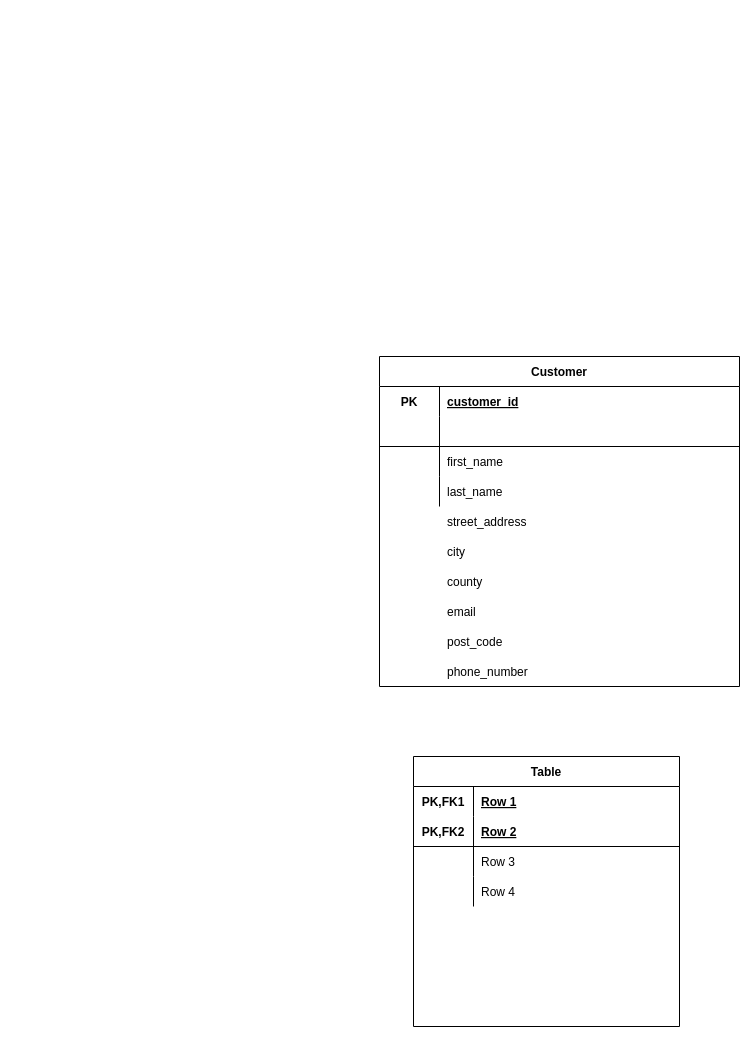
ricksterhd123/invoices keeps this draw.io diagram as docs/Invoice_ERD.drawio. Above is the earlier version. Source tidied: cells renumbered, new cells numbered last; positions are measured from the earlier drawing's top-left corner, leaving out a move shared by most shapes. Both pictures are drawn from the tidied source at 100%, with x=0, y=0 at pixel (379, 356).
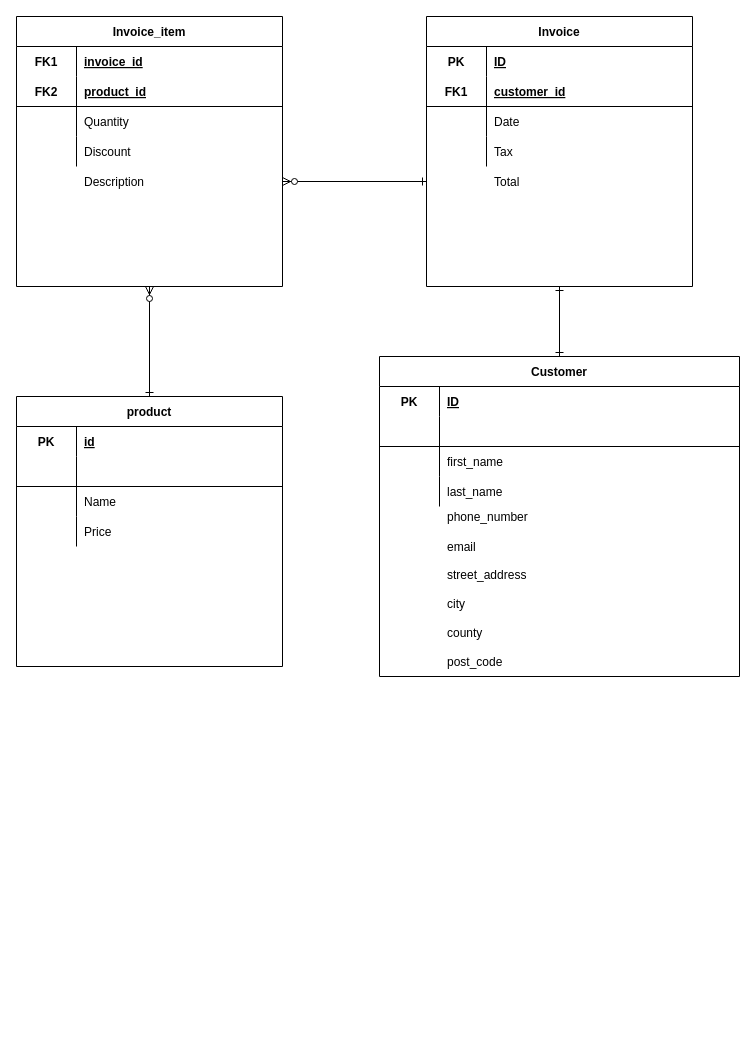
After the change.

Unchanged cells that the change refers to:
```xml
<mxCell id="4" style="shape=partialRectangle;fillColor=none;top=0;left=0;bottom=0;right=0;" parent="3" vertex="1">
  <mxGeometry y="30" width="360" height="30" as="geometry" />
</mxCell>
<mxCell id="23" style="shape=partialRectangle;fillColor=none;top=0;left=0;bottom=0;right=0;" parent="22" vertex="1">
  <mxGeometry y="30" width="266" height="30" as="geometry" />
</mxCell>
<mxCell id="26" style="shape=partialRectangle;fillColor=none;top=0;left=0;bottom=1;right=0;" parent="22" vertex="1">
  <mxGeometry y="60" width="266" height="30" as="geometry" />
</mxCell>
<mxCell id="29" style="shape=partialRectangle;fillColor=none;top=0;left=0;bottom=0;right=0;" parent="22" vertex="1">
  <mxGeometry y="90" width="266" height="30" as="geometry" />
</mxCell>
<mxCell id="32" style="shape=partialRectangle;fillColor=none;top=0;left=0;bottom=0;right=0;" parent="22" vertex="1">
  <mxGeometry y="120" width="266" height="30" as="geometry" />
</mxCell>
```

Change to the diagram source:
```diff
@@
     <mxCell id="2" style="group;" parent="1" vertex="1">
-      <mxGeometry width="360" height="330" as="geometry" />
+      <mxGeometry width="360" height="320" as="geometry" />
     </mxCell>
     <mxCell id="3" value="Customer" style="shape=table;startSize=30;childLayout=tableLayout;rowLines=0;fontStyle=1;align=center;" parent="2" vertex="1">
-      <mxGeometry width="360" height="330" as="geometry" />
+      <mxGeometry width="360" height="320" as="geometry" />
     </mxCell>
@@
-    <mxCell id="6" value="customer_id" style="shape=partialRectangle;fillColor=none;top=0;left=0;bottom=0;right=0;align=left;spacingLeft=6;fontStyle=5;overflow=hidden;" parent="4" vertex="1">
+    <mxCell id="6" value="ID" style="shape=partialRectangle;fillColor=none;top=0;left=0;bottom=0;right=0;align=left;spacingLeft=6;fontStyle=5;overflow=hidden;" parent="4" vertex="1">
       <mxGeometry x="60" width="300" height="30" as="geometry" />
     </mxCell>
@@
     <mxCell id="16" value="email" style="shape=partialRectangle;fillColor=none;top=0;left=0;bottom=0;right=0;align=left;spacingLeft=6;overflow=hidden;" parent="2" vertex="1">
-      <mxGeometry x="60" y="240" width="120" height="30" as="geometry" />
+      <mxGeometry x="60" y="175" width="120" height="29.1" as="geometry" />
     </mxCell>
     <mxCell id="17" value="phone_number" style="shape=partialRectangle;fillColor=none;top=0;left=0;bottom=0;right=0;align=left;spacingLeft=6;overflow=hidden;" parent="2" vertex="1">
-      <mxGeometry x="60" y="300" width="120" height="30" as="geometry" />
+      <mxGeometry x="60" y="145.9" width="120" height="29.1" as="geometry" />
     </mxCell>
     <mxCell id="18" value="street_address" style="shape=partialRectangle;fillColor=none;top=0;left=0;bottom=0;right=0;align=left;spacingLeft=6;overflow=hidden;" parent="2" vertex="1">
-      <mxGeometry x="60" y="150" width="120" height="30" as="geometry" />
+      <mxGeometry x="60" y="203.6" width="120" height="29.1" as="geometry" />
     </mxCell>
     <mxCell id="19" value="city" style="shape=partialRectangle;fillColor=none;top=0;left=0;bottom=0;right=0;align=left;spacingLeft=6;overflow=hidden;" parent="2" vertex="1">
-      <mxGeometry x="60" y="180" width="120" height="30" as="geometry" />
+      <mxGeometry x="60" y="232.7" width="120" height="29.1" as="geometry" />
     </mxCell>
     <mxCell id="20" value="county" style="shape=partialRectangle;fillColor=none;top=0;left=0;bottom=0;right=0;align=left;spacingLeft=6;overflow=hidden;" parent="2" vertex="1">
-      <mxGeometry x="60" y="210" width="120" height="30" as="geometry" />
+      <mxGeometry x="60" y="261.8" width="120" height="29.1" as="geometry" />
     </mxCell>
     <mxCell id="21" value="post_code" style="shape=partialRectangle;fillColor=none;top=0;left=0;bottom=0;right=0;align=left;spacingLeft=6;overflow=hidden;" parent="2" vertex="1">
-      <mxGeometry x="60" y="270" width="120" height="30" as="geometry" />
+      <mxGeometry x="60" y="290.9" width="120" height="29.1" as="geometry" />
     </mxCell>
+    <mxCell id="35" style="group;" parent="1" vertex="1">
+      <mxGeometry x="47" y="-340" width="266" height="270" as="geometry" />
+    </mxCell>
-    <mxCell id="22" value="Table" style="shape=table;startSize=30;childLayout=tableLayout;rowLines=0;fontStyle=1;align=center;" parent="1" vertex="1">
-      <mxGeometry x="34" y="400" width="266" height="270" as="geometry" />
+    <mxCell id="22" value="Invoice" style="shape=table;startSize=30;childLayout=tableLayout;rowLines=0;fontStyle=1;align=center;" parent="35" vertex="1">
+      <mxGeometry width="266" height="270" as="geometry" />
     </mxCell>
@@
-    <mxCell id="24" value="PK,FK1" style="shape=partialRectangle;fillColor=none;top=0;left=0;bottom=0;right=0;fontStyle=1;overflow=hidden;" parent="23" vertex="1">
+    <mxCell id="24" value="PK" style="shape=partialRectangle;fillColor=none;top=0;left=0;bottom=0;right=0;fontStyle=1;overflow=hidden;" parent="23" vertex="1">
       <mxGeometry width="60" height="30" as="geometry" />
     </mxCell>
-    <mxCell id="25" value="Row 1" style="shape=partialRectangle;fillColor=none;top=0;left=0;bottom=0;right=0;align=left;spacingLeft=6;fontStyle=5;overflow=hidden;" parent="23" vertex="1">
+    <mxCell id="25" value="ID" style="shape=partialRectangle;fillColor=none;top=0;left=0;bottom=0;right=0;align=left;spacingLeft=6;fontStyle=5;overflow=hidden;" parent="23" vertex="1">
       <mxGeometry x="60" width="206" height="30" as="geometry" />
     </mxCell>
@@
-    <mxCell id="27" value="PK,FK2" style="shape=partialRectangle;fillColor=none;top=0;left=0;bottom=0;right=0;fontStyle=1;overflow=hidden;" parent="26" vertex="1">
+    <mxCell id="27" value="FK1" style="shape=partialRectangle;fillColor=none;top=0;left=0;bottom=0;right=0;fontStyle=1;overflow=hidden;" parent="26" vertex="1">
       <mxGeometry width="60" height="30" as="geometry" />
     </mxCell>
-    <mxCell id="28" value="Row 2" style="shape=partialRectangle;fillColor=none;top=0;left=0;bottom=0;right=0;align=left;spacingLeft=6;fontStyle=5;overflow=hidden;" parent="26" vertex="1">
+    <mxCell id="28" value="customer_id" style="shape=partialRectangle;fillColor=none;top=0;left=0;bottom=0;right=0;align=left;spacingLeft=6;fontStyle=5;overflow=hidden;" parent="26" vertex="1">
       <mxGeometry x="60" width="206" height="30" as="geometry" />
     </mxCell>
@@
-    <mxCell id="31" value="Row 3" style="shape=partialRectangle;fillColor=none;top=0;left=0;bottom=0;right=0;align=left;spacingLeft=6;overflow=hidden;" parent="29" vertex="1">
+    <mxCell id="31" value="Date" style="shape=partialRectangle;fillColor=none;top=0;left=0;bottom=0;right=0;align=left;spacingLeft=6;overflow=hidden;" parent="29" vertex="1">
       <mxGeometry x="60" width="206" height="30" as="geometry" />
     </mxCell>
@@
-    <mxCell id="34" value="Row 4" style="shape=partialRectangle;fillColor=none;top=0;left=0;bottom=0;right=0;align=left;spacingLeft=6;overflow=hidden;" parent="32" vertex="1">
+    <mxCell id="34" value="Tax" style="shape=partialRectangle;fillColor=none;top=0;left=0;bottom=0;right=0;align=left;spacingLeft=6;overflow=hidden;" parent="32" vertex="1">
       <mxGeometry x="60" width="206" height="30" as="geometry" />
     </mxCell>
+    <mxCell id="36" style="shape=partialRectangle;fillColor=none;top=0;left=0;bottom=0;right=0;points=[[0,0.5],[1,0.5]];portConstraint=eastwest;" parent="35" vertex="1">
+      <mxGeometry y="150" width="266" height="30" as="geometry" />
+    </mxCell>
+    <mxCell id="37" style="shape=partialRectangle;fillColor=none;top=0;left=0;bottom=0;right=0;overflow=hidden;" parent="36" vertex="1">
+      <mxGeometry width="60" height="30" as="geometry" />
+    </mxCell>
+    <mxCell id="38" value="Total" style="shape=partialRectangle;fillColor=none;top=0;left=0;bottom=0;right=0;align=left;spacingLeft=6;overflow=hidden;" parent="36" vertex="1">
+      <mxGeometry x="60" width="206" height="30" as="geometry" />
+    </mxCell>
+    <mxCell id="39" style="group;" parent="1" vertex="1">
+      <mxGeometry x="-363" y="-340" width="266" height="270" as="geometry" />
+    </mxCell>
+    <mxCell id="40" style="group;" parent="39" vertex="1">
+      <mxGeometry width="266" height="270" as="geometry" />
+    </mxCell>
+    <mxCell id="41" value="Invoice_item" style="shape=table;startSize=30;childLayout=tableLayout;rowLines=0;fontStyle=1;align=center;" parent="40" vertex="1">
+      <mxGeometry width="266" height="270" as="geometry" />
+    </mxCell>
+    <mxCell id="42" style="shape=partialRectangle;fillColor=none;top=0;left=0;bottom=0;right=0;" parent="41" vertex="1">
+      <mxGeometry y="30" width="266" height="30" as="geometry" />
+    </mxCell>
+    <mxCell id="43" value="FK1" style="shape=partialRectangle;fillColor=none;top=0;left=0;bottom=0;right=0;fontStyle=1;overflow=hidden;" parent="42" vertex="1">
+      <mxGeometry width="60" height="30" as="geometry" />
+    </mxCell>
+    <mxCell id="44" value="invoice_id" style="shape=partialRectangle;fillColor=none;top=0;left=0;bottom=0;right=0;align=left;spacingLeft=6;fontStyle=5;overflow=hidden;" parent="42" vertex="1">
+      <mxGeometry x="60" width="206" height="30" as="geometry" />
+    </mxCell>
+    <mxCell id="45" style="shape=partialRectangle;fillColor=none;top=0;left=0;bottom=1;right=0;" parent="41" vertex="1">
+      <mxGeometry y="60" width="266" height="30" as="geometry" />
+    </mxCell>
+    <mxCell id="46" value="FK2" style="shape=partialRectangle;fillColor=none;top=0;left=0;bottom=0;right=0;fontStyle=1;overflow=hidden;" parent="45" vertex="1">
+      <mxGeometry width="60" height="30" as="geometry" />
+    </mxCell>
+    <mxCell id="47" value="product_id" style="shape=partialRectangle;fillColor=none;top=0;left=0;bottom=0;right=0;align=left;spacingLeft=6;fontStyle=5;overflow=hidden;" parent="45" vertex="1">
+      <mxGeometry x="60" width="206" height="30" as="geometry" />
+    </mxCell>
+    <mxCell id="48" style="shape=partialRectangle;fillColor=none;top=0;left=0;bottom=0;right=0;" parent="41" vertex="1">
+      <mxGeometry y="90" width="266" height="30" as="geometry" />
+    </mxCell>
+    <mxCell id="49" style="shape=partialRectangle;fillColor=none;top=0;left=0;bottom=0;right=0;overflow=hidden;" parent="48" vertex="1">
+      <mxGeometry width="60" height="30" as="geometry" />
+    </mxCell>
+    <mxCell id="50" value="Quantity" style="shape=partialRectangle;fillColor=none;top=0;left=0;bottom=0;right=0;align=left;spacingLeft=6;overflow=hidden;" parent="48" vertex="1">
+      <mxGeometry x="60" width="206" height="30" as="geometry" />
+    </mxCell>
+    <mxCell id="51" style="shape=partialRectangle;fillColor=none;top=0;left=0;bottom=0;right=0;" parent="41" vertex="1">
+      <mxGeometry y="120" width="266" height="30" as="geometry" />
+    </mxCell>
+    <mxCell id="52" style="shape=partialRectangle;fillColor=none;top=0;left=0;bottom=0;right=0;overflow=hidden;" parent="51" vertex="1">
+      <mxGeometry width="60" height="30" as="geometry" />
+    </mxCell>
+    <mxCell id="53" value="Discount" style="shape=partialRectangle;fillColor=none;top=0;left=0;bottom=0;right=0;align=left;spacingLeft=6;overflow=hidden;" parent="51" vertex="1">
+      <mxGeometry x="60" width="206" height="30" as="geometry" />
+    </mxCell>
+    <mxCell id="54" style="shape=partialRectangle;fillColor=none;top=0;left=0;bottom=0;right=0;points=[[0,0.5],[1,0.5]];portConstraint=eastwest;" parent="40" vertex="1">
+      <mxGeometry y="150" width="266" height="30" as="geometry" />
+    </mxCell>
+    <mxCell id="55" style="shape=partialRectangle;fillColor=none;top=0;left=0;bottom=0;right=0;overflow=hidden;" parent="54" vertex="1">
+      <mxGeometry width="60" height="30" as="geometry" />
+    </mxCell>
+    <mxCell id="56" value="Description" style="shape=partialRectangle;fillColor=none;top=0;left=0;bottom=0;right=0;align=left;spacingLeft=6;overflow=hidden;" parent="54" vertex="1">
+      <mxGeometry x="60" width="206" height="30" as="geometry" />
+    </mxCell>
+    <mxCell id="57" style="group;" parent="1" vertex="1">
+      <mxGeometry x="-363" y="40" width="266" height="270" as="geometry" />
+    </mxCell>
+    <mxCell id="58" style="group;" parent="57" vertex="1">
+      <mxGeometry width="266" height="270" as="geometry" />
+    </mxCell>
+    <mxCell id="59" value="product" style="shape=table;startSize=30;childLayout=tableLayout;rowLines=0;fontStyle=1;align=center;" parent="58" vertex="1">
+      <mxGeometry width="266" height="270" as="geometry" />
+    </mxCell>
+    <mxCell id="60" style="shape=partialRectangle;fillColor=none;top=0;left=0;bottom=0;right=0;" parent="59" vertex="1">
+      <mxGeometry y="30" width="266" height="30" as="geometry" />
+    </mxCell>
+    <mxCell id="61" value="PK" style="shape=partialRectangle;fillColor=none;top=0;left=0;bottom=0;right=0;fontStyle=1;overflow=hidden;" parent="60" vertex="1">
+      <mxGeometry width="60" height="30" as="geometry" />
+    </mxCell>
+    <mxCell id="62" value="id" style="shape=partialRectangle;fillColor=none;top=0;left=0;bottom=0;right=0;align=left;spacingLeft=6;fontStyle=5;overflow=hidden;" parent="60" vertex="1">
+      <mxGeometry x="60" width="206" height="30" as="geometry" />
+    </mxCell>
+    <mxCell id="63" style="shape=partialRectangle;fillColor=none;top=0;left=0;bottom=1;right=0;" parent="59" vertex="1">
+      <mxGeometry y="60" width="266" height="30" as="geometry" />
+    </mxCell>
+    <mxCell id="64" style="shape=partialRectangle;fillColor=none;top=0;left=0;bottom=0;right=0;fontStyle=1;overflow=hidden;" parent="63" vertex="1">
+      <mxGeometry width="60" height="30" as="geometry" />
+    </mxCell>
+    <mxCell id="65" style="shape=partialRectangle;fillColor=none;top=0;left=0;bottom=0;right=0;align=left;spacingLeft=6;fontStyle=5;overflow=hidden;" parent="63" vertex="1">
+      <mxGeometry x="60" width="206" height="30" as="geometry" />
+    </mxCell>
+    <mxCell id="66" style="shape=partialRectangle;fillColor=none;top=0;left=0;bottom=0;right=0;" parent="59" vertex="1">
+      <mxGeometry y="90" width="266" height="30" as="geometry" />
+    </mxCell>
+    <mxCell id="67" style="shape=partialRectangle;fillColor=none;top=0;left=0;bottom=0;right=0;overflow=hidden;" parent="66" vertex="1">
+      <mxGeometry width="60" height="30" as="geometry" />
+    </mxCell>
+    <mxCell id="68" value="Name" style="shape=partialRectangle;fillColor=none;top=0;left=0;bottom=0;right=0;align=left;spacingLeft=6;overflow=hidden;" parent="66" vertex="1">
+      <mxGeometry x="60" width="206" height="30" as="geometry" />
+    </mxCell>
+    <mxCell id="69" style="shape=partialRectangle;fillColor=none;top=0;left=0;bottom=0;right=0;" parent="59" vertex="1">
+      <mxGeometry y="120" width="266" height="30" as="geometry" />
+    </mxCell>
+    <mxCell id="70" style="shape=partialRectangle;fillColor=none;top=0;left=0;bottom=0;right=0;overflow=hidden;" parent="69" vertex="1">
+      <mxGeometry width="60" height="30" as="geometry" />
+    </mxCell>
+    <mxCell id="71" value="Price" style="shape=partialRectangle;fillColor=none;top=0;left=0;bottom=0;right=0;align=left;spacingLeft=6;overflow=hidden;" parent="69" vertex="1">
+      <mxGeometry x="60" width="206" height="30" as="geometry" />
+    </mxCell>
+    <mxCell id="72" style="shape=partialRectangle;fillColor=none;top=0;left=0;bottom=0;right=0;" parent="58" vertex="1">
+      <mxGeometry y="150" width="266" height="30" as="geometry" />
+    </mxCell>
+    <mxCell id="73" style="shape=partialRectangle;fillColor=none;top=0;left=0;bottom=0;right=0;overflow=hidden;" parent="72" vertex="1">
+      <mxGeometry width="60" height="30" as="geometry" />
+    </mxCell>
+    <mxCell id="74" style="shape=partialRectangle;fillColor=none;top=0;left=0;bottom=0;right=0;align=left;spacingLeft=6;overflow=hidden;" parent="72" vertex="1">
+      <mxGeometry x="60" width="206" height="30" as="geometry" />
+    </mxCell>
+    <mxCell id="75" style="edgeStyle=orthogonalEdgeStyle;rounded=0;jettySize=auto;html=1;exitX=0.5;exitY=1;exitDx=0;exitDy=0;entryX=0.5;entryY=0;entryDx=0;entryDy=0;endArrow=ERone;endFill=0;startArrow=ERzeroToMany;startFill=1;strokeWidth=1;" parent="1" edge="1" source="41" target="59">
+      <mxGeometry relative="1" as="geometry" />
+    </mxCell>
+    <mxCell id="76" style="edgeStyle=orthogonalEdgeStyle;rounded=0;jettySize=auto;html=1;exitX=1;exitY=0.5;exitDx=0;exitDy=0;entryX=0;entryY=0.5;entryDx=0;entryDy=0;startArrow=ERzeroToMany;startFill=1;endArrow=ERone;endFill=0;strokeWidth=1;" parent="1" edge="1" source="54" target="36">
+      <mxGeometry relative="1" as="geometry" />
+    </mxCell>
+    <mxCell id="77" style="edgeStyle=orthogonalEdgeStyle;rounded=0;jettySize=auto;html=1;exitX=0.5;exitY=0;exitDx=0;exitDy=0;entryX=0.5;entryY=1;entryDx=0;entryDy=0;startArrow=ERone;startFill=0;endArrow=ERone;endFill=0;strokeWidth=1;" parent="1" edge="1" source="3" target="22">
+      <mxGeometry relative="1" as="geometry" />
+    </mxCell>
```
